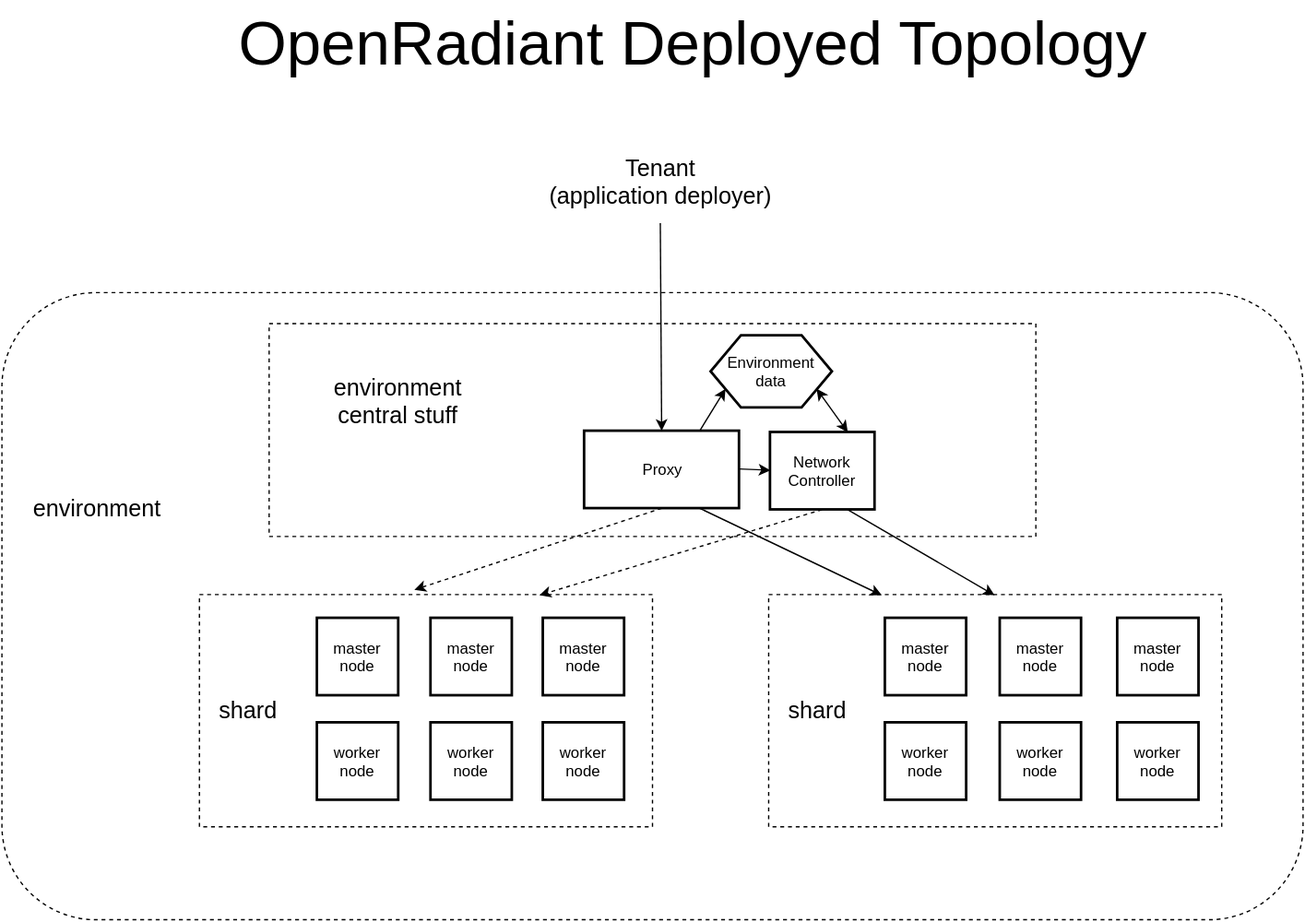
Before: docs/media/DeployedTopology.svg, a diagram exported from draw.io (xingzhou/containercafe). Source tidied: cells renumbered, new cells last; positions are measured from the earlier drawing's top-left corner, leaving out a move shared by most shapes.
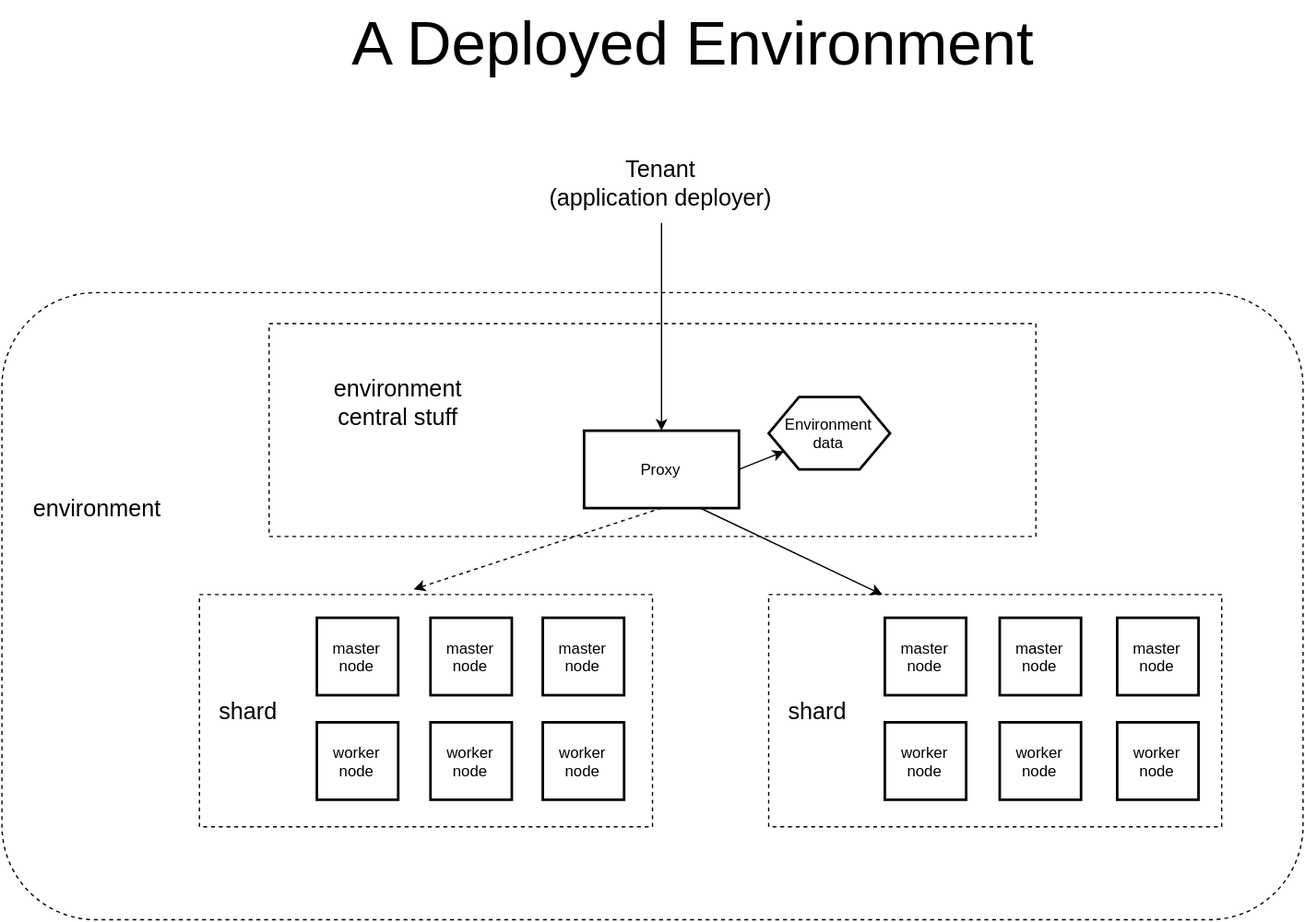
The same file after the commit.

Change to the diagram source:
```diff
@@ -17,18 +17,12 @@
     <mxCell id="6" value="Proxy" style="whiteSpace=wrap;html=1;strokeWidth=2;" parent="1" vertex="1">
       <mxGeometry x="451" y="332" width="120" height="60" as="geometry" />
     </mxCell>
-    <mxCell id="7" value="Network Controller" style="whiteSpace=wrap;html=1;strokeWidth=2;" parent="1" vertex="1">
-      <mxGeometry x="595" y="333" width="81" height="60" as="geometry" />
-    </mxCell>
     <mxCell id="8" value="environment central stuff" style="text;html=1;strokeColor=none;fillColor=none;align=center;verticalAlign=middle;whiteSpace=wrap;dashed=1;fontSize=18;" parent="1" vertex="1">
       <mxGeometry x="251" y="286" width="112" height="47" as="geometry" />
     </mxCell>
     <mxCell id="9" style="endArrow=classic;html=1;fontSize=18;entryX=0.5;entryY=0;exitX=0.5;exitY=1;" parent="1" edge="1" source="30" target="6">
       <mxGeometry relative="1" as="geometry" />
     </mxCell>
-    <mxCell id="10" style="endArrow=classic;html=1;fontSize=18;entryX=0;entryY=0.5;exitX=1;exitY=0.5;" parent="1" edge="1" source="6" target="7">
-      <mxGeometry x="528.6" y="234.7" as="geometry" />
-    </mxCell>
     <mxCell id="11" style="endArrow=classic;html=1;fontSize=18;exitX=0.5;exitY=1;entryX=0.474;entryY=-0.02;entryPerimeter=0;dashed=1;" parent="1" edge="1" source="6" target="4">
       <mxGeometry x="576.6" y="243.7" as="geometry" />
     </mxCell>
@@ -74,12 +68,6 @@
     <mxCell id="25" value="shard" style="text;html=1;strokeColor=none;fillColor=none;align=center;verticalAlign=middle;whiteSpace=wrap;dashed=1;fontSize=18;" parent="1" vertex="1">
       <mxGeometry x="594" y="531" width="76" height="36" as="geometry" />
     </mxCell>
-    <mxCell id="26" style="endArrow=classic;html=1;fontSize=18;exitX=0.5;exitY=1;entryX=0.75;entryY=0;dashed=1;" parent="1" edge="1" source="7" target="4">
-      <mxGeometry x="585.6" y="252.7" as="geometry" />
-    </mxCell>
-    <mxCell id="27" style="endArrow=classic;html=1;fontSize=18;exitX=0.75;exitY=1;entryX=0.5;entryY=0;" parent="1" edge="1" source="7" target="3">
-      <mxGeometry x="594.6" y="261.7" as="geometry" />
-    </mxCell>
     <mxCell id="28" style="endArrow=classic;html=1;fontSize=18;exitX=0.75;exitY=1;entryX=0.25;entryY=0;" parent="1" edge="1" source="6" target="3">
       <mxGeometry x="585.6" y="252.7" as="geometry" />
     </mxCell>
@@ -89,17 +77,14 @@
     <mxCell id="30" value="Tenant&lt;div&gt;(application deployer)&lt;/div&gt;" style="text;html=1;strokeColor=none;fillColor=none;align=center;verticalAlign=middle;whiteSpace=wrap;dashed=1;fontSize=18;" parent="1" vertex="1">
       <mxGeometry x="413" y="108" width="195" height="63" as="geometry" />
     </mxCell>
-    <mxCell id="31" value="OpenRadiant Deployed Topology" style="text;html=1;strokeColor=none;fillColor=none;align=center;verticalAlign=middle;whiteSpace=wrap;dashed=1;fontSize=48;" parent="1" vertex="1">
+    <mxCell id="31" value="A Deployed Environment" style="text;html=1;strokeColor=none;fillColor=none;align=center;verticalAlign=middle;whiteSpace=wrap;dashed=1;fontSize=48;" parent="1" vertex="1">
       <mxGeometry x="171" width="729" height="63" as="geometry" />
     </mxCell>
     <mxCell id="32" value="Environment data" style="shape=hexagon;perimeter=hexagonPerimeter;whiteSpace=wrap;html=1;strokeWidth=2;fillColor=none;fontSize=12;" parent="1" vertex="1">
-      <mxGeometry x="549" y="258" width="94" height="56" as="geometry" />
+      <mxGeometry x="594" y="306" width="94" height="56" as="geometry" />
     </mxCell>
-    <mxCell id="33" style="endArrow=classic;html=1;fontSize=18;entryX=0.125;entryY=0.75;exitX=0.75;exitY=0;entryPerimeter=0;" parent="1" edge="1" source="6" target="32">
+    <mxCell id="33" style="endArrow=classic;html=1;fontSize=18;entryX=0.125;entryY=0.75;exitX=1;exitY=0.5;entryPerimeter=0;" parent="1" edge="1" source="6" target="32">
       <mxGeometry x="537.6" y="243.7" as="geometry" />
     </mxCell>
-    <mxCell id="34" style="endArrow=classic;html=1;fontSize=18;entryX=0.875;entryY=0.75;exitX=0.75;exitY=0;entryPerimeter=0;startArrow=classic;startFill=1;" parent="1" edge="1" source="7" target="32">
-      <mxGeometry x="546.6" y="252.7" as="geometry" />
-    </mxCell>
   </root>
 </mxGraphModel>
```
